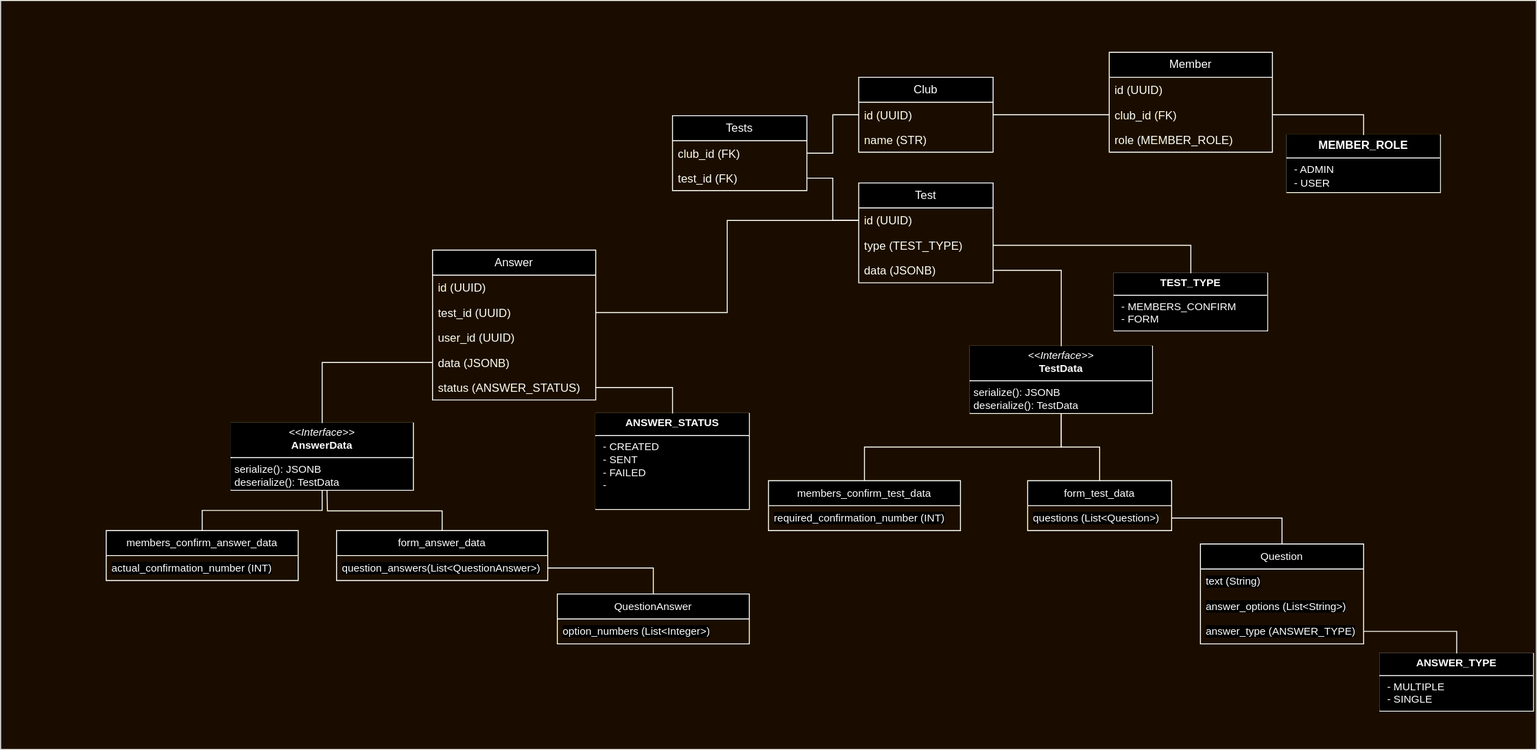
This is doc/img/domain_model.drawio.svg from ru-random-walk/club-service, a draw.io export, as it was before one commit. Source tidied: cells renumbered, new cells last; positions are measured from the earlier drawing's top-left corner, leaving out a move shared by most shapes.
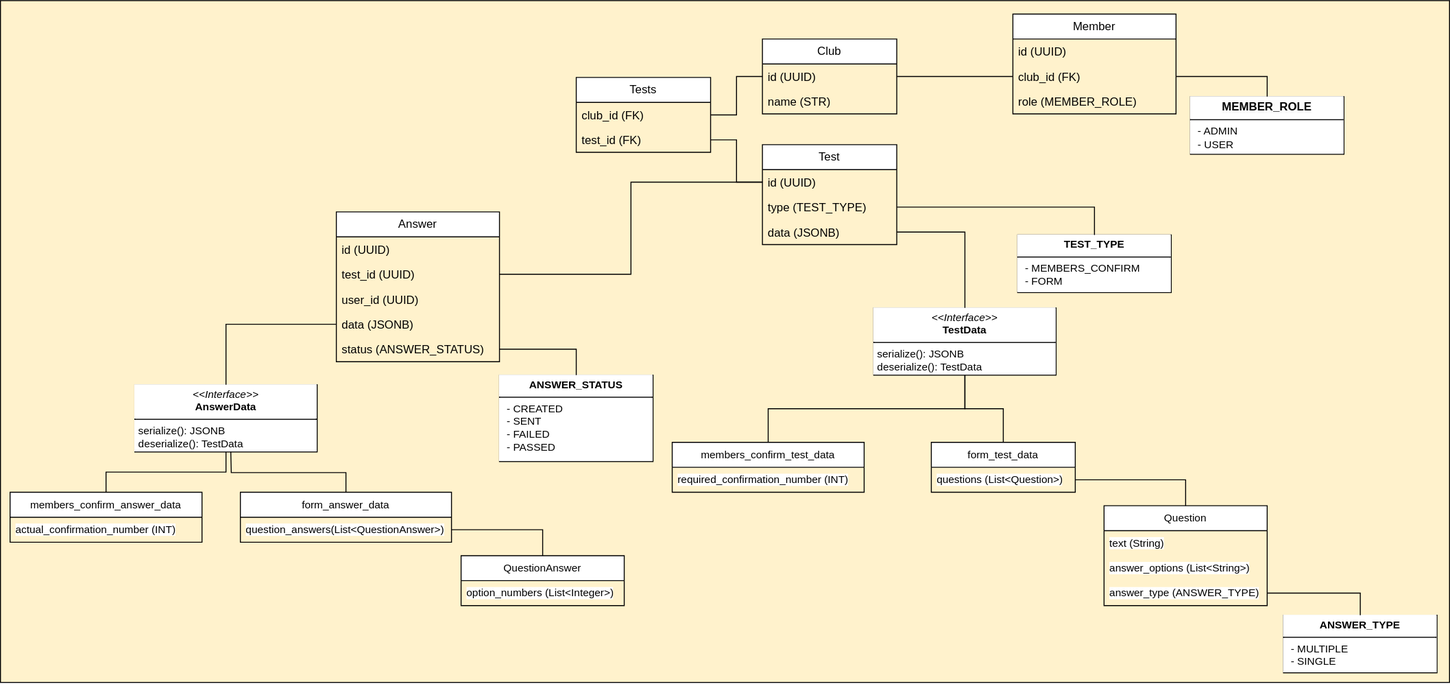
After the commit.

Commit message:
RANDOMWALK-20: update schema

Diff of the diagram source:
```diff
@@ -3,7 +3,7 @@
     <mxCell id="0" />
     <mxCell id="1" parent="0" />
     <mxCell id="2" style="rounded=0;whiteSpace=wrap;html=1;fillColor=#FFF2CC;" parent="1" vertex="1">
-      <mxGeometry width="1600" height="780" as="geometry" />
+      <mxGeometry x="100" y="40" width="1510" height="710" as="geometry" />
     </mxCell>
     <mxCell id="3" style="edgeStyle=orthogonalEdgeStyle;shape=connector;rounded=0;jettySize=auto;html=1;strokeColor=default;align=center;verticalAlign=middle;fontFamily=Helvetica;fontSize=11;fontColor=default;labelBackgroundColor=default;endArrow=none;endFill=0;" parent="1" edge="1" source="4" target="7">
       <mxGeometry relative="1" as="geometry" />
@@ -158,10 +158,10 @@
       <mxGeometry y="26" width="220" height="26" as="geometry" />
     </mxCell>
     <mxCell id="53" value="&lt;span style=&quot;text-align: left;&quot;&gt;QuestionAnswer&lt;/span&gt;" style="swimlane;fontStyle=0;horizontal=1;startSize=26;fillColor=default;whiteSpace=wrap;html=1;fontFamily=Helvetica;fontSize=11;fontColor=default;labelBackgroundColor=default;" parent="1" vertex="1">
-      <mxGeometry x="580" y="618" width="200" height="52" as="geometry" />
+      <mxGeometry x="580" y="618" width="170" height="52" as="geometry" />
     </mxCell>
     <mxCell id="54" value="option_numbers (List&amp;lt;Integer&amp;gt;)" style="text;strokeColor=none;fillColor=none;align=left;verticalAlign=top;spacingLeft=4;spacingRight=4;overflow=hidden;whiteSpace=wrap;html=1;fontFamily=Helvetica;fontSize=11;fontColor=default;labelBackgroundColor=default;" parent="53" vertex="1">
-      <mxGeometry y="26" width="200" height="26" as="geometry" />
+      <mxGeometry y="26" width="170" height="26" as="geometry" />
     </mxCell>
     <mxCell id="55" style="edgeStyle=orthogonalEdgeStyle;rounded=0;jettySize=auto;html=1;exitX=0;exitY=0.5;exitDx=0;exitDy=0;entryX=0.5;entryY=0;entryDx=0;entryDy=0;endArrow=none;endFill=0;" parent="1" edge="1" source="43" target="47">
       <mxGeometry relative="1" as="geometry" />
@@ -169,8 +169,8 @@
     <mxCell id="56" style="edgeStyle=orthogonalEdgeStyle;rounded=0;jettySize=auto;html=1;exitX=1;exitY=0.5;exitDx=0;exitDy=0;endArrow=none;endFill=0;" parent="1" edge="1" source="52" target="53">
       <mxGeometry relative="1" as="geometry" />
     </mxCell>
-    <mxCell id="57" value="&lt;p style=&quot;margin: 4px 0px 0px; text-align: center;&quot;&gt;&lt;b style=&quot;&quot;&gt;ANSWER_STATUS&lt;/b&gt;&lt;/p&gt;&lt;hr size=&quot;1&quot; style=&quot;border-style:solid;&quot;&gt;&lt;p style=&quot;margin:0px;margin-left:8px;&quot;&gt;- CREATED&lt;/p&gt;&lt;p style=&quot;margin:0px;margin-left:8px;&quot;&gt;- SENT&lt;br&gt;- FAILED&lt;br&gt;-&amp;nbsp;&lt;/p&gt;" style="verticalAlign=top;align=left;overflow=fill;html=1;whiteSpace=wrap;fontFamily=Helvetica;fontSize=11;fontColor=default;labelBackgroundColor=default;" parent="1" vertex="1">
-      <mxGeometry x="620" y="430" width="160" height="100" as="geometry" />
+    <mxCell id="57" value="&lt;p style=&quot;margin: 4px 0px 0px; text-align: center;&quot;&gt;&lt;b style=&quot;&quot;&gt;ANSWER_STATUS&lt;/b&gt;&lt;/p&gt;&lt;hr size=&quot;1&quot; style=&quot;border-style:solid;&quot;&gt;&lt;p style=&quot;margin:0px;margin-left:8px;&quot;&gt;- CREATED&lt;/p&gt;&lt;p style=&quot;margin:0px;margin-left:8px;&quot;&gt;- SENT&lt;br&gt;- FAILED&lt;br&gt;- PASSED&lt;/p&gt;" style="verticalAlign=top;align=left;overflow=fill;html=1;whiteSpace=wrap;fontFamily=Helvetica;fontSize=11;fontColor=default;labelBackgroundColor=default;" parent="1" vertex="1">
+      <mxGeometry x="620" y="430" width="160" height="90" as="geometry" />
     </mxCell>
     <mxCell id="58" style="edgeStyle=orthogonalEdgeStyle;shape=connector;rounded=0;jettySize=auto;html=1;exitX=1;exitY=0.5;exitDx=0;exitDy=0;entryX=0.5;entryY=0;entryDx=0;entryDy=0;strokeColor=default;align=center;verticalAlign=middle;fontFamily=Helvetica;fontSize=11;fontColor=default;labelBackgroundColor=default;endArrow=none;endFill=0;" parent="1" edge="1" source="44" target="57">
       <mxGeometry relative="1" as="geometry" />
```
